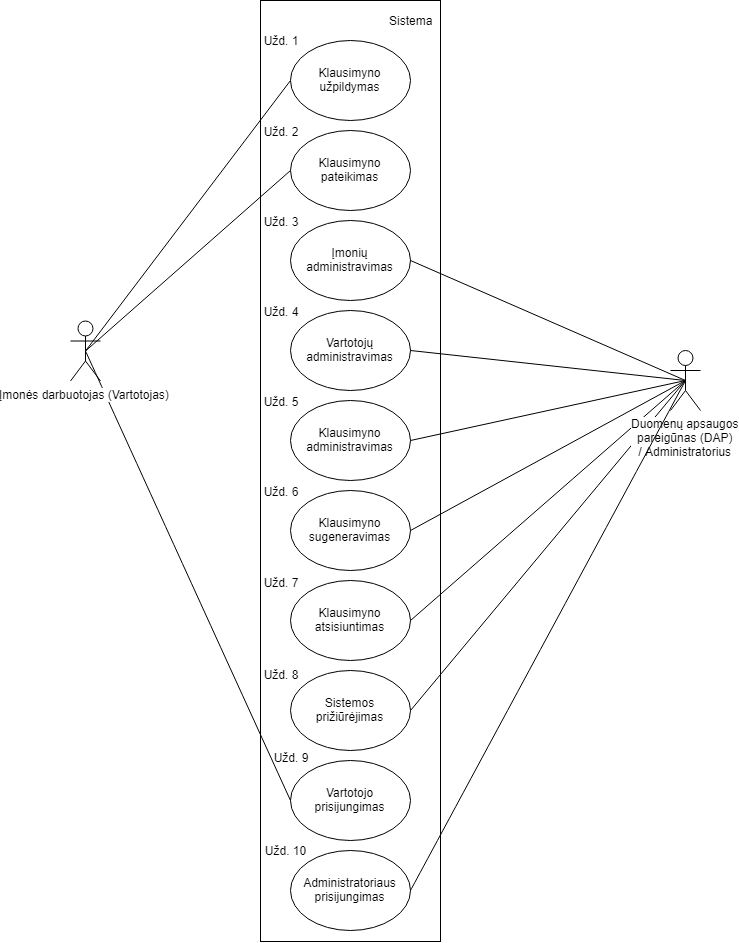
MantasSebeika/Bakalauras keeps this draw.io diagram as Diagramos/Esminės užduotys diagrama (su nr.1).png. Above is the earlier version. Source tidied: cells renumbered, new cells last; positions are measured from the earlier drawing's top-left corner, leaving out a move shared by most shapes. Its diagram source:
```xml
<mxGraphModel>
  <root>
    <mxCell id="0" />
    <mxCell id="1" parent="0" />
    <mxCell id="2" style="edgeStyle=none;curved=1;jettySize=auto;html=1;exitX=0.5;exitY=0.5;exitDx=0;exitDy=0;exitPerimeter=0;entryX=0;entryY=0.5;entryDx=0;entryDy=0;startArrow=none;startFill=0;endArrow=none;endFill=0;strokeColor=#000000;" parent="1" edge="1" source="3" target="31">
      <mxGeometry relative="1" as="geometry" />
    </mxCell>
    <mxCell id="3" value="Įmonės darbuotojas (Vartotojas)" style="shape=umlActor;verticalLabelPosition=bottom;labelBackgroundColor=#ffffff;verticalAlign=top;html=1;outlineConnect=0;" parent="1" vertex="1">
      <mxGeometry y="320.5" width="30" height="60" as="geometry" />
    </mxCell>
    <mxCell id="4" style="edgeStyle=none;rounded=0;jettySize=auto;html=1;exitX=0.5;exitY=0.5;exitDx=0;exitDy=0;exitPerimeter=0;entryX=1;entryY=0.5;entryDx=0;entryDy=0;endArrow=none;endFill=0;strokeColor=#000000;" parent="1" edge="1" source="10" target="14">
      <mxGeometry relative="1" as="geometry" />
    </mxCell>
    <mxCell id="5" style="edgeStyle=none;rounded=0;jettySize=auto;html=1;exitX=0.5;exitY=0.5;exitDx=0;exitDy=0;exitPerimeter=0;entryX=1;entryY=0.5;entryDx=0;entryDy=0;endArrow=none;endFill=0;strokeColor=#000000;" parent="1" edge="1" source="10" target="15">
      <mxGeometry relative="1" as="geometry" />
    </mxCell>
    <mxCell id="6" style="edgeStyle=none;rounded=0;jettySize=auto;html=1;exitX=0.5;exitY=0.5;exitDx=0;exitDy=0;exitPerimeter=0;entryX=1;entryY=0.5;entryDx=0;entryDy=0;endArrow=none;endFill=0;strokeColor=#000000;" parent="1" edge="1" source="10" target="16">
      <mxGeometry relative="1" as="geometry" />
    </mxCell>
    <mxCell id="7" style="edgeStyle=none;rounded=0;jettySize=auto;html=1;exitX=0.5;exitY=0.5;exitDx=0;exitDy=0;exitPerimeter=0;entryX=1;entryY=0.5;entryDx=0;entryDy=0;endArrow=none;endFill=0;strokeColor=#000000;" parent="1" edge="1" source="10" target="17">
      <mxGeometry relative="1" as="geometry" />
    </mxCell>
    <mxCell id="8" style="edgeStyle=none;rounded=0;jettySize=auto;html=1;exitX=0.5;exitY=0.5;exitDx=0;exitDy=0;exitPerimeter=0;entryX=1;entryY=0.5;entryDx=0;entryDy=0;endArrow=none;endFill=0;strokeColor=#000000;" parent="1" edge="1" source="10" target="18">
      <mxGeometry relative="1" as="geometry" />
    </mxCell>
    <mxCell id="9" style="edgeStyle=none;rounded=0;jettySize=auto;html=1;exitX=0.5;exitY=0.5;exitDx=0;exitDy=0;exitPerimeter=0;entryX=1;entryY=0.5;entryDx=0;entryDy=0;endArrow=none;endFill=0;strokeColor=#000000;" parent="1" edge="1" source="10" target="21">
      <mxGeometry relative="1" as="geometry" />
    </mxCell>
    <mxCell id="10" value="Duomenų apsaugos&lt;br&gt;pareigūnas (DAP)&lt;br&gt;/ Administratorius" style="shape=umlActor;verticalLabelPosition=bottom;labelBackgroundColor=#ffffff;verticalAlign=top;html=1;outlineConnect=0;" parent="1" vertex="1">
      <mxGeometry x="600" y="350" width="30" height="60" as="geometry" />
    </mxCell>
    <mxCell id="11" value="Klausimyno pateikimas" style="ellipse;whiteSpace=wrap;html=1;fillColor=none;" parent="1" vertex="1">
      <mxGeometry x="220" y="130" width="120" height="80" as="geometry" />
    </mxCell>
    <mxCell id="12" value="Sistema" style="text;html=1;align=center;verticalAlign=middle;" parent="1" vertex="1">
      <mxGeometry x="310" y="10" width="60" height="20" as="geometry" />
    </mxCell>
    <mxCell id="13" style="endArrow=none;html=1;entryX=0;entryY=0.5;entryDx=0;entryDy=0;exitX=0.5;exitY=0.5;exitDx=0;exitDy=0;exitPerimeter=0;" parent="1" edge="1" source="3" target="11">
      <mxGeometry relative="1" as="geometry" />
    </mxCell>
    <mxCell id="14" value="Įmonių administravimas" style="ellipse;whiteSpace=wrap;html=1;fillColor=none;" parent="1" vertex="1">
      <mxGeometry x="220" y="220" width="120" height="80" as="geometry" />
    </mxCell>
    <mxCell id="15" value="Vartotojų administravimas" style="ellipse;whiteSpace=wrap;html=1;fillColor=none;" parent="1" vertex="1">
      <mxGeometry x="220" y="310" width="120" height="80" as="geometry" />
    </mxCell>
    <mxCell id="16" value="Klausimyno administravimas" style="ellipse;whiteSpace=wrap;html=1;fillColor=none;" parent="1" vertex="1">
      <mxGeometry x="220" y="400" width="120" height="80" as="geometry" />
    </mxCell>
    <mxCell id="17" value="Klausimyno sugeneravimas" style="ellipse;whiteSpace=wrap;html=1;fillColor=none;" parent="1" vertex="1">
      <mxGeometry x="220" y="490" width="120" height="80" as="geometry" />
    </mxCell>
    <mxCell id="18" value="Klausimyno atsisiuntimas" style="ellipse;whiteSpace=wrap;html=1;fillColor=none;" parent="1" vertex="1">
      <mxGeometry x="220" y="580" width="120" height="80" as="geometry" />
    </mxCell>
    <mxCell id="19" style="edgeStyle=none;rounded=0;jettySize=auto;html=1;exitX=0;exitY=0.5;exitDx=0;exitDy=0;entryX=0.5;entryY=0.5;entryDx=0;entryDy=0;entryPerimeter=0;endArrow=none;endFill=0;strokeColor=#000000;" parent="1" edge="1" source="20" target="3">
      <mxGeometry relative="1" as="geometry" />
    </mxCell>
    <mxCell id="20" value="Klausimyno užpildymas" style="ellipse;whiteSpace=wrap;html=1;fillColor=none;" parent="1" vertex="1">
      <mxGeometry x="220" y="40" width="120" height="80" as="geometry" />
    </mxCell>
    <mxCell id="21" value="Sistemos prižiūrėjimas" style="ellipse;whiteSpace=wrap;html=1;fillColor=none;" parent="1" vertex="1">
      <mxGeometry x="220" y="670" width="120" height="80" as="geometry" />
    </mxCell>
    <mxCell id="22" style="rounded=0;whiteSpace=wrap;html=1;fillColor=none;" parent="1" vertex="1">
      <mxGeometry x="190" width="180" height="941" as="geometry" />
    </mxCell>
    <mxCell id="23" value="Užd. 1" style="text;html=1;strokeColor=none;fillColor=none;align=center;verticalAlign=middle;whiteSpace=wrap;rounded=0;" parent="1" vertex="1">
      <mxGeometry x="190" y="30" width="40" height="20" as="geometry" />
    </mxCell>
    <mxCell id="24" value="Užd. 2" style="text;html=1;strokeColor=none;fillColor=none;align=center;verticalAlign=middle;whiteSpace=wrap;rounded=0;" parent="1" vertex="1">
      <mxGeometry x="190" y="120.5" width="40" height="20" as="geometry" />
    </mxCell>
    <mxCell id="25" value="Užd. 3" style="text;html=1;strokeColor=none;fillColor=none;align=center;verticalAlign=middle;whiteSpace=wrap;rounded=0;" parent="1" vertex="1">
      <mxGeometry x="190" y="210.5" width="40" height="20" as="geometry" />
    </mxCell>
    <mxCell id="26" value="Užd. 4" style="text;html=1;strokeColor=none;fillColor=none;align=center;verticalAlign=middle;whiteSpace=wrap;rounded=0;" parent="1" vertex="1">
      <mxGeometry x="190" y="300.5" width="40" height="20" as="geometry" />
    </mxCell>
    <mxCell id="27" value="Užd. 5" style="text;html=1;strokeColor=none;fillColor=none;align=center;verticalAlign=middle;whiteSpace=wrap;rounded=0;" parent="1" vertex="1">
      <mxGeometry x="190" y="390.5" width="40" height="20" as="geometry" />
    </mxCell>
    <mxCell id="28" value="Užd. 6" style="text;html=1;strokeColor=none;fillColor=none;align=center;verticalAlign=middle;whiteSpace=wrap;rounded=0;" parent="1" vertex="1">
      <mxGeometry x="190" y="481" width="40" height="20" as="geometry" />
    </mxCell>
    <mxCell id="29" value="Užd. 7" style="text;html=1;strokeColor=none;fillColor=none;align=center;verticalAlign=middle;whiteSpace=wrap;rounded=0;" parent="1" vertex="1">
      <mxGeometry x="190" y="572" width="40" height="20" as="geometry" />
    </mxCell>
    <mxCell id="30" value="Užd. 8" style="text;html=1;strokeColor=none;fillColor=none;align=center;verticalAlign=middle;whiteSpace=wrap;rounded=0;" parent="1" vertex="1">
      <mxGeometry x="190" y="664" width="40" height="20" as="geometry" />
    </mxCell>
    <mxCell id="31" value="Vartotojo prisijungimas" style="ellipse;whiteSpace=wrap;html=1;fillColor=none;" parent="1" vertex="1">
      <mxGeometry x="220" y="760" width="120" height="80" as="geometry" />
    </mxCell>
    <mxCell id="32" style="edgeStyle=none;curved=1;jettySize=auto;html=1;exitX=1;exitY=0.5;exitDx=0;exitDy=0;startArrow=none;startFill=0;endArrow=none;endFill=0;strokeColor=#000000;entryX=0.5;entryY=0.5;entryDx=0;entryDy=0;entryPerimeter=0;" parent="1" edge="1" source="33" target="10">
      <mxGeometry relative="1" as="geometry" />
    </mxCell>
    <mxCell id="33" value="Administratoriaus prisijungimas" style="ellipse;whiteSpace=wrap;html=1;fillColor=none;" parent="1" vertex="1">
      <mxGeometry x="220" y="850" width="120" height="80" as="geometry" />
    </mxCell>
    <mxCell id="34" value="Užd. 10" style="text;html=1;strokeColor=none;fillColor=none;align=center;verticalAlign=middle;whiteSpace=wrap;rounded=0;" parent="1" vertex="1">
      <mxGeometry x="190" y="840" width="50" height="20" as="geometry" />
    </mxCell>
    <mxCell id="35" value="Užd. 9" style="text;html=1;strokeColor=none;fillColor=none;align=center;verticalAlign=middle;whiteSpace=wrap;rounded=0;" parent="1" vertex="1">
      <mxGeometry x="200" y="747" width="40" height="20" as="geometry" />
    </mxCell>
  </root>
</mxGraphModel>
```
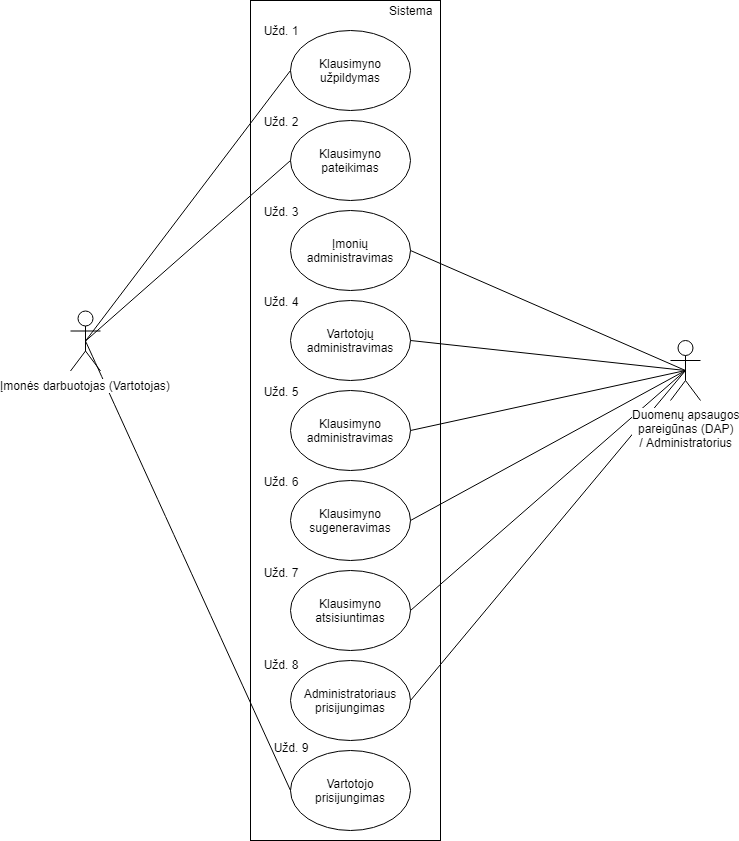
After the change.

What changed in the source:
```diff
@@ -59,11 +59,11 @@
     <mxCell id="20" value="Klausimyno užpildymas" style="ellipse;whiteSpace=wrap;html=1;fillColor=none;" parent="1" vertex="1">
       <mxGeometry x="220" y="40" width="120" height="80" as="geometry" />
     </mxCell>
-    <mxCell id="21" value="Sistemos prižiūrėjimas" style="ellipse;whiteSpace=wrap;html=1;fillColor=none;" parent="1" vertex="1">
+    <mxCell id="21" value="Administratoriaus prisijungimas" style="ellipse;whiteSpace=wrap;html=1;fillColor=none;" parent="1" vertex="1">
       <mxGeometry x="220" y="670" width="120" height="80" as="geometry" />
     </mxCell>
     <mxCell id="22" style="rounded=0;whiteSpace=wrap;html=1;fillColor=none;" parent="1" vertex="1">
-      <mxGeometry x="190" width="180" height="941" as="geometry" />
+      <mxGeometry x="180" y="10" width="190" height="840" as="geometry" />
     </mxCell>
     <mxCell id="23" value="Užd. 1" style="text;html=1;strokeColor=none;fillColor=none;align=center;verticalAlign=middle;whiteSpace=wrap;rounded=0;" parent="1" vertex="1">
       <mxGeometry x="190" y="30" width="40" height="20" as="geometry" />
@@ -92,15 +92,6 @@
     <mxCell id="31" value="Vartotojo prisijungimas" style="ellipse;whiteSpace=wrap;html=1;fillColor=none;" parent="1" vertex="1">
       <mxGeometry x="220" y="760" width="120" height="80" as="geometry" />
     </mxCell>
-    <mxCell id="32" style="edgeStyle=none;curved=1;jettySize=auto;html=1;exitX=1;exitY=0.5;exitDx=0;exitDy=0;startArrow=none;startFill=0;endArrow=none;endFill=0;strokeColor=#000000;entryX=0.5;entryY=0.5;entryDx=0;entryDy=0;entryPerimeter=0;" parent="1" edge="1" source="33" target="10">
-      <mxGeometry relative="1" as="geometry" />
-    </mxCell>
-    <mxCell id="33" value="Administratoriaus prisijungimas" style="ellipse;whiteSpace=wrap;html=1;fillColor=none;" parent="1" vertex="1">
-      <mxGeometry x="220" y="850" width="120" height="80" as="geometry" />
-    </mxCell>
-    <mxCell id="34" value="Užd. 10" style="text;html=1;strokeColor=none;fillColor=none;align=center;verticalAlign=middle;whiteSpace=wrap;rounded=0;" parent="1" vertex="1">
-      <mxGeometry x="190" y="840" width="50" height="20" as="geometry" />
-    </mxCell>
     <mxCell id="35" value="Užd. 9" style="text;html=1;strokeColor=none;fillColor=none;align=center;verticalAlign=middle;whiteSpace=wrap;rounded=0;" parent="1" vertex="1">
       <mxGeometry x="200" y="747" width="40" height="20" as="geometry" />
     </mxCell>
```
